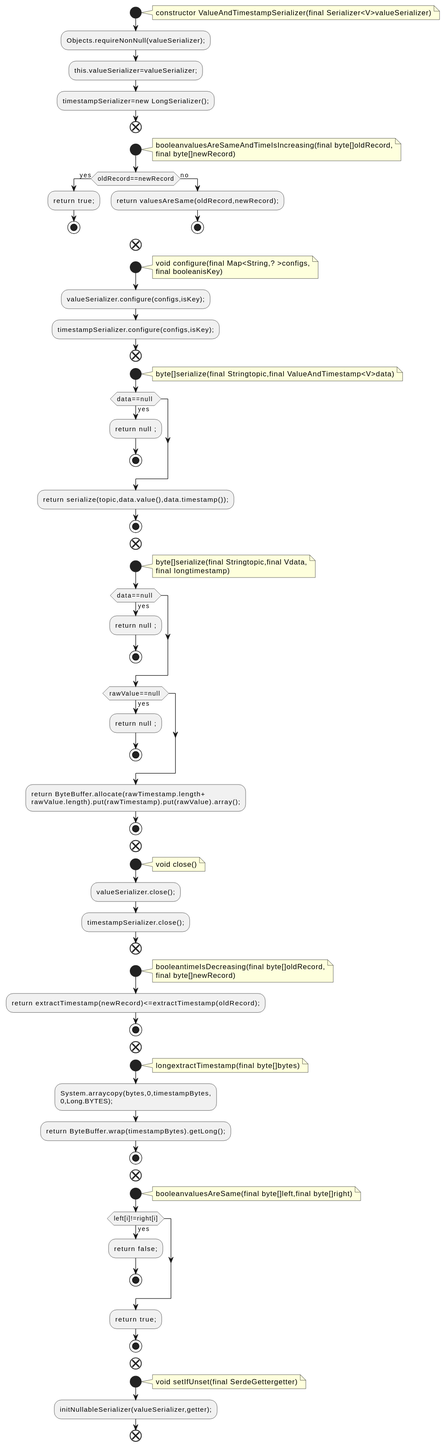
Above: docs/qc/streams/src/main/java/org/apache/kafka/streams/state/internals/ValueAndTimestampSerializer.java.fct.svg in qualitesys/kafka (PlantUML), before the change.
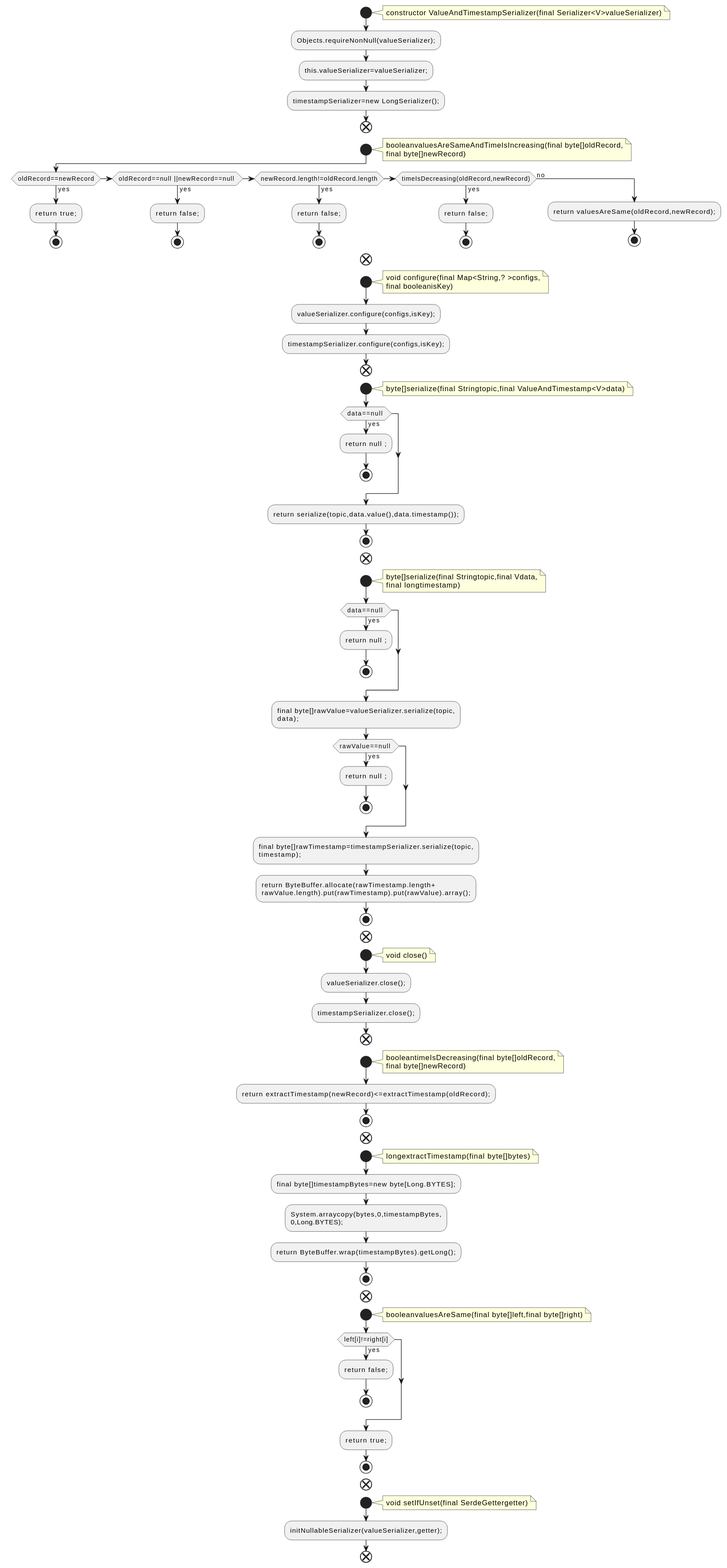
After the commit.

Diff of the diagram source:
```diff
@@ -15,6 +15,15 @@
 end note
 if (oldRecord==newRecord) then (yes)
 :return true;;
+stop
+else if (oldRecord==null ||newRecord==null ) then (yes)
+:return false;;
+stop
+else if (newRecord.length!=oldRecord.length) then (yes)
+:return false;;
+stop
+else if (timeIsDecreasing(oldRecord,newRecord)) then (yes)
+:return false;;
 stop
 else (no)
 :return valuesAreSame(oldRecord,newRecord);;
@@ -49,10 +58,14 @@
 :return null ;;
 stop
 endif
+:final byte[]rawValue=valueSerializer.serialize(topic,
+data);;
 if (rawValue==null ) then (yes)
 :return null ;;
 stop
 endif
+:final byte[]rawTimestamp=timestampSerializer.serialize(topic,
+timestamp);;
 :return ByteBuffer.allocate(rawTimestamp.length+
 rawValue.length).put(rawTimestamp).put(rawValue).array();;
 stop
@@ -76,6 +89,7 @@
 note right
 longextractTimestamp(final byte[]bytes)
 end note
+:final byte[]timestampBytes=new byte[Long.BYTES];;
 :System.arraycopy(bytes,0,timestampBytes,
 0,Long.BYTES);;
 :return ByteBuffer.wrap(timestampBytes).getLong();;
```
